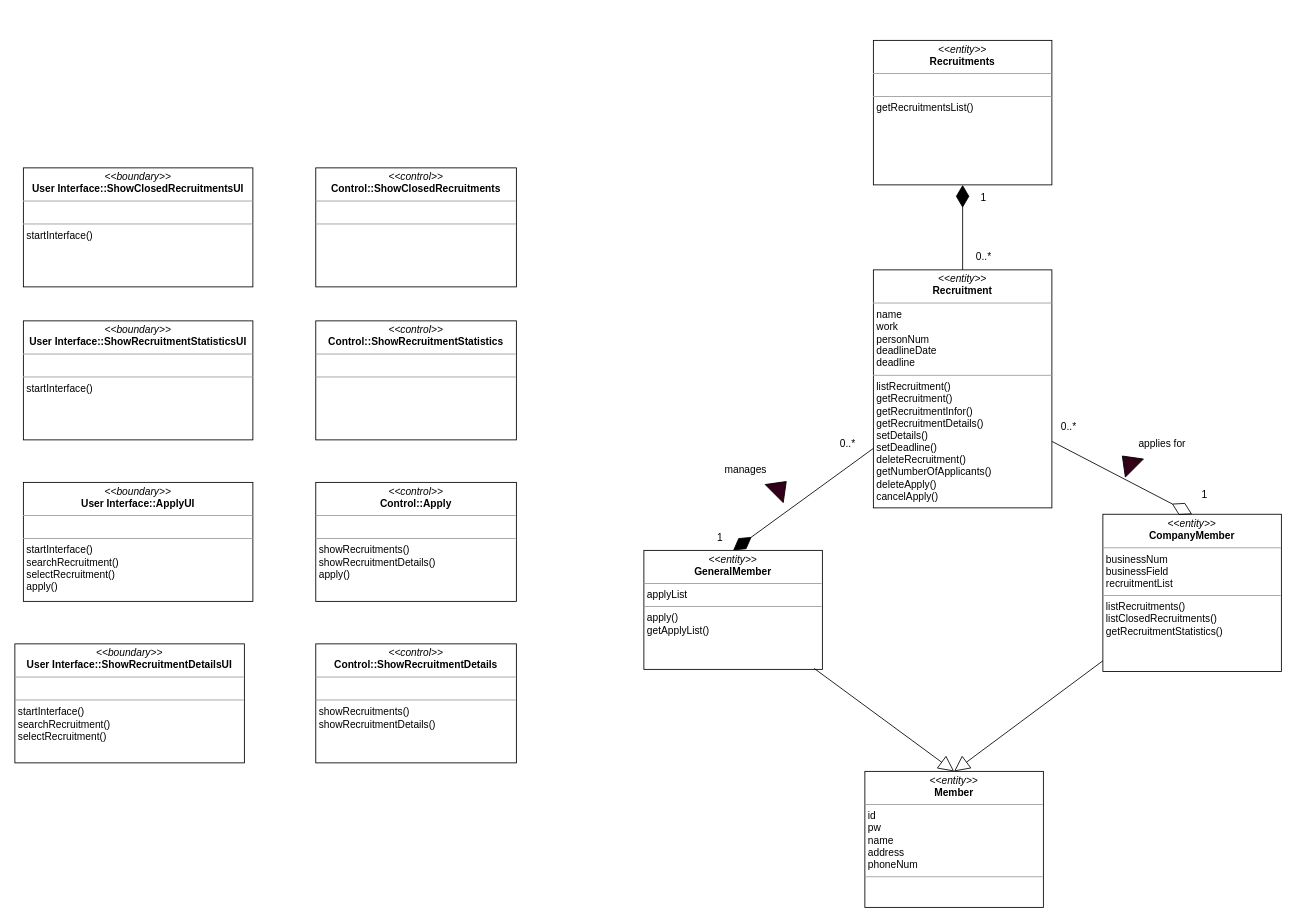
Above: page "클래스다이어그램" (5 of 6) of B811216_황태환/황태환_클래스다이어그램+ucd 추가.drawio in FinancialWorld16/SE_TEAM (draw.io), before the change. Source tidied: cells renumbered, new cells numbered last; positions are measured from the earlier drawing's top-left corner, leaving out a move shared by most shapes. Both pictures are drawn from the tidied source at 85%, with x=0, y=0 at pixel (14, 40).
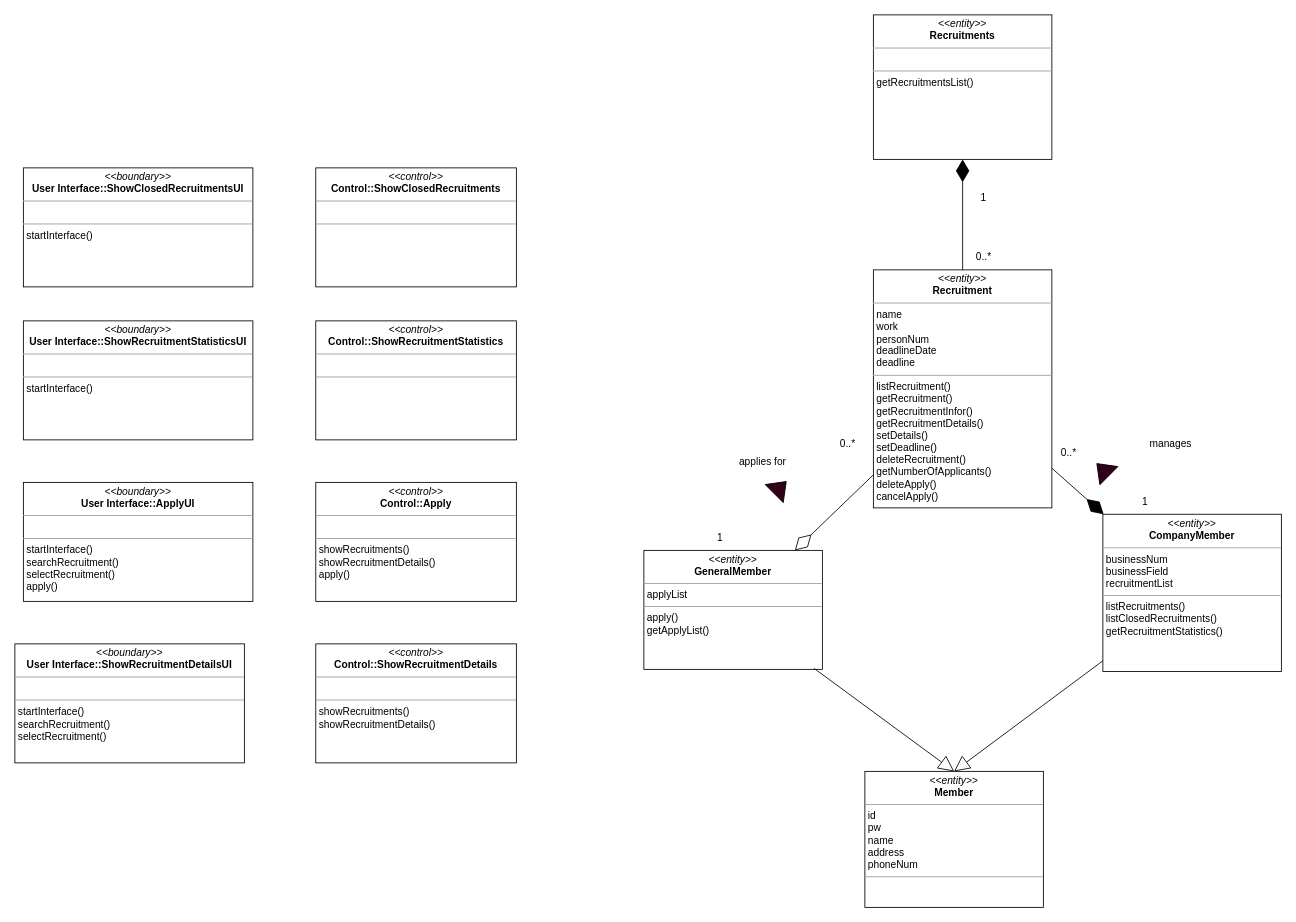
After the change.

The change refers to these unchanged cells:
```xml
<mxCell id="10" value="&lt;p style=&quot;margin:0px;margin-top:4px;text-align:center;&quot;&gt;&lt;i&gt;&amp;lt;&amp;lt;entity&amp;gt;&amp;gt;&lt;/i&gt;&lt;br&gt;&lt;b&gt;CompanyMember&lt;/b&gt;&lt;/p&gt;&lt;hr size=&quot;1&quot;&gt;&lt;p style=&quot;margin:0px;margin-left:4px;&quot;&gt;&lt;span style=&quot;background-color: initial;&quot;&gt;businessNum&lt;/span&gt;&lt;br&gt;&lt;/p&gt;&lt;p style=&quot;margin:0px;margin-left:4px;&quot;&gt;businessField&lt;/p&gt;&lt;p style=&quot;margin:0px;margin-left:4px;&quot;&gt;recruitmentList&lt;/p&gt;&lt;hr size=&quot;1&quot;&gt;&lt;p style=&quot;margin:0px;margin-left:4px;&quot;&gt;listRecruitments()&lt;/p&gt;&lt;p style=&quot;margin:0px;margin-left:4px;&quot;&gt;listClosedRecruitments()&lt;/p&gt;&lt;p style=&quot;margin:0px;margin-left:4px;&quot;&gt;getRecruitmentStatistics()&lt;/p&gt;" style="verticalAlign=top;align=left;overflow=fill;fontSize=12;fontFamily=Helvetica;html=1;" parent="1" vertex="1">
  <mxGeometry x="1280" y="557.5" width="210" height="185" as="geometry" />
</mxCell>
<mxCell id="11" value="&lt;p style=&quot;margin:0px;margin-top:4px;text-align:center;&quot;&gt;&lt;i&gt;&amp;lt;&amp;lt;entity&amp;gt;&amp;gt;&lt;/i&gt;&lt;br&gt;&lt;b&gt;Recruitment&lt;/b&gt;&lt;/p&gt;&lt;hr size=&quot;1&quot;&gt;&lt;p style=&quot;margin:0px;margin-left:4px;&quot;&gt;name&lt;/p&gt;&lt;p style=&quot;margin:0px;margin-left:4px;&quot;&gt;work&lt;/p&gt;&lt;p style=&quot;margin:0px;margin-left:4px;&quot;&gt;personNum&lt;/p&gt;&lt;p style=&quot;margin:0px;margin-left:4px;&quot;&gt;deadlineDate&lt;/p&gt;&lt;p style=&quot;margin:0px;margin-left:4px;&quot;&gt;deadline&lt;/p&gt;&lt;hr size=&quot;1&quot;&gt;&lt;p style=&quot;margin:0px;margin-left:4px;&quot;&gt;listRecruitment()&lt;/p&gt;&lt;p style=&quot;margin:0px;margin-left:4px;&quot;&gt;getRecruitment()&lt;/p&gt;&lt;p style=&quot;margin:0px;margin-left:4px;&quot;&gt;getRecruitmentInfor()&lt;/p&gt;&lt;p style=&quot;margin:0px;margin-left:4px;&quot;&gt;getRecruitmentDetails()&lt;/p&gt;&lt;p style=&quot;margin:0px;margin-left:4px;&quot;&gt;setDetails()&lt;/p&gt;&lt;p style=&quot;margin:0px;margin-left:4px;&quot;&gt;setDeadline()&lt;/p&gt;&lt;p style=&quot;margin:0px;margin-left:4px;&quot;&gt;deleteRecruitment()&lt;/p&gt;&lt;p style=&quot;margin:0px;margin-left:4px;&quot;&gt;getNumberOfApplicants()&lt;/p&gt;&lt;p style=&quot;margin:0px;margin-left:4px;&quot;&gt;deleteApply()&lt;/p&gt;&lt;p style=&quot;margin:0px;margin-left:4px;&quot;&gt;cancelApply()&lt;/p&gt;" style="verticalAlign=top;align=left;overflow=fill;fontSize=12;fontFamily=Helvetica;html=1;" parent="1" vertex="1">
  <mxGeometry x="1010" y="270" width="210" height="280" as="geometry" />
</mxCell>
<mxCell id="13" value="&lt;p style=&quot;margin:0px;margin-top:4px;text-align:center;&quot;&gt;&lt;i&gt;&amp;lt;&amp;lt;entity&amp;gt;&amp;gt;&lt;/i&gt;&lt;br&gt;&lt;b&gt;GeneralMember&lt;/b&gt;&lt;/p&gt;&lt;hr size=&quot;1&quot;&gt;&lt;p style=&quot;margin:0px;margin-left:4px;&quot;&gt;&lt;span style=&quot;background-color: initial;&quot;&gt;applyList&lt;/span&gt;&lt;br&gt;&lt;/p&gt;&lt;hr size=&quot;1&quot;&gt;&lt;p style=&quot;margin:0px;margin-left:4px;&quot;&gt;apply()&lt;/p&gt;&lt;p style=&quot;margin:0px;margin-left:4px;&quot;&gt;getApplyList()&lt;/p&gt;&lt;p style=&quot;margin:0px;margin-left:4px;&quot;&gt;&lt;br&gt;&lt;/p&gt;" style="verticalAlign=top;align=left;overflow=fill;fontSize=12;fontFamily=Helvetica;html=1;" parent="1" vertex="1">
  <mxGeometry x="740" y="600" width="210" height="140" as="geometry" />
</mxCell>
```

What changed in the source:
```diff
@@
     <mxCell id="12" value="&lt;p style=&quot;margin:0px;margin-top:4px;text-align:center;&quot;&gt;&lt;i&gt;&amp;lt;&amp;lt;entity&amp;gt;&amp;gt;&lt;/i&gt;&lt;br&gt;&lt;b&gt;Recruitments&lt;/b&gt;&lt;/p&gt;&lt;hr size=&quot;1&quot;&gt;&lt;p style=&quot;margin:0px;margin-left:4px;&quot;&gt;&lt;br&gt;&lt;/p&gt;&lt;hr size=&quot;1&quot;&gt;&lt;p style=&quot;margin:0px;margin-left:4px;&quot;&gt;getRecruitmentsList()&lt;/p&gt;" style="verticalAlign=top;align=left;overflow=fill;fontSize=12;fontFamily=Helvetica;html=1;" parent="1" vertex="1">
-      <mxGeometry x="1010" width="210" height="170" as="geometry" />
+      <mxGeometry x="1010" y="-30" width="210" height="170" as="geometry" />
     </mxCell>
@@
     <mxCell id="20" value="manages" style="text;html=1;strokeColor=none;fillColor=none;align=center;verticalAlign=middle;whiteSpace=wrap;rounded=0;" parent="1" vertex="1">
-      <mxGeometry x="830" y="490" width="60" height="30" as="geometry" />
+      <mxGeometry x="1330" y="460" width="60" height="30" as="geometry" />
     </mxCell>
     <mxCell id="21" style="triangle;whiteSpace=wrap;html=1;fillColor=#33001A;rotation=-135;" parent="1" vertex="1">
-      <mxGeometry x="1300" y="481.1" width="20" height="30" as="geometry" />
+      <mxGeometry x="1270" y="490" width="20" height="30" as="geometry" />
     </mxCell>
     <mxCell id="22" value="applies for" style="text;html=1;strokeColor=none;fillColor=none;align=center;verticalAlign=middle;whiteSpace=wrap;rounded=0;" parent="1" vertex="1">
-      <mxGeometry x="1320" y="460" width="60" height="30" as="geometry" />
+      <mxGeometry x="850.4" y="481.1" width="60" height="30" as="geometry" />
     </mxCell>
     <mxCell id="23" value="1" style="text;html=1;strokeColor=none;fillColor=none;align=center;verticalAlign=middle;whiteSpace=wrap;rounded=0;" parent="1" vertex="1">
-      <mxGeometry x="1390" y="520" width="20" height="30" as="geometry" />
+      <mxGeometry x="1320" y="527.5" width="20" height="30" as="geometry" />
     </mxCell>
     <mxCell id="24" value="0..*" style="text;html=1;strokeColor=none;fillColor=none;align=center;verticalAlign=middle;whiteSpace=wrap;rounded=0;" parent="1" vertex="1">
-      <mxGeometry x="1230" y="440" width="20" height="30" as="geometry" />
+      <mxGeometry x="1230" y="470" width="20" height="30" as="geometry" />
     </mxCell>
-    <mxCell id="25" style="endArrow=diamondThin;endFill=1;endSize=24;html=1;rounded=0;entryX=0.5;entryY=0;entryDx=0;entryDy=0;exitX=0;exitY=0.75;exitDx=0;exitDy=0;" parent="1" edge="1" source="11" target="13">
+    <mxCell id="25" style="endArrow=diamondThin;endFill=1;endSize=24;html=1;rounded=0;" parent="1" edge="1" source="11" target="10">
       <mxGeometry relative="1" as="geometry" />
     </mxCell>
-    <mxCell id="26" style="endArrow=diamondThin;endFill=0;endSize=24;html=1;rounded=0;entryX=0.5;entryY=0;entryDx=0;entryDy=0;exitX=1.001;exitY=0.721;exitDx=0;exitDy=0;exitPerimeter=0;" parent="1" edge="1" source="11" target="10">
+    <mxCell id="26" style="endArrow=diamondThin;endFill=0;endSize=24;html=1;rounded=0;" parent="1" edge="1" source="11" target="13">
       <mxGeometry relative="1" as="geometry" />
     </mxCell>
```
